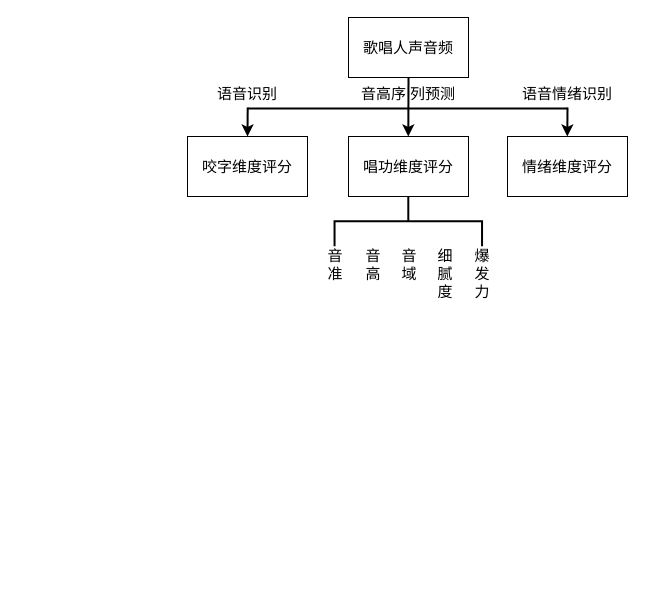
Nian-Chen/drawio keeps this draw.io diagram as 一种无参考的歌唱评价方法.drawio. Above is the earlier version. Source tidied: cells renumbered, new cells numbered last; positions are measured from the earlier drawing's top-left corner, leaving out a move shared by most shapes. Both pictures are drawn from the tidied source at 100%, with x=0, y=0 at pixel (172, 17).
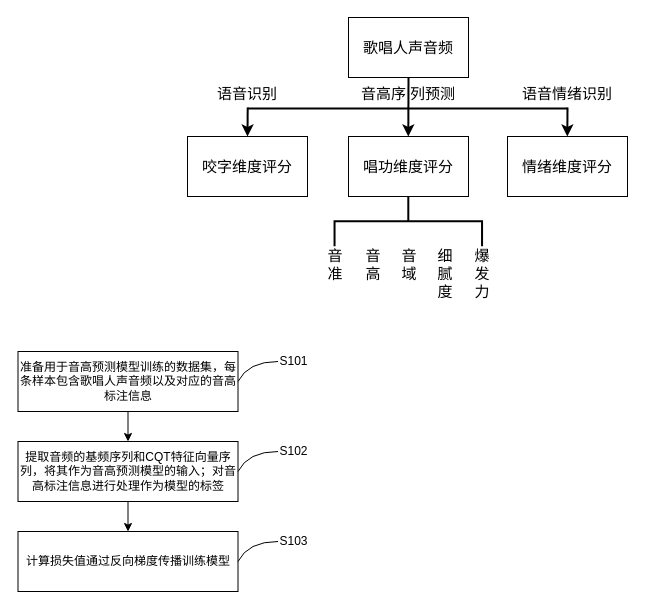
The same diagram, later.

Commit message:
更新一种无参考的歌唱评价方法.drawio

Change to the diagram source:
```diff
@@
+    <mxCell id="19" style="edgeStyle=orthogonalEdgeStyle;rounded=0;jettySize=auto;html=1;exitX=0.5;exitY=1;exitDx=0;exitDy=0;entryX=0.5;entryY=0;entryDx=0;entryDy=0;" parent="1" edge="1" source="20" target="22">
+      <mxGeometry relative="1" as="geometry" />
+    </mxCell>
+    <mxCell id="20" value="准备用于音高预测模型训练的数据集，每条样本包含歌唱人声音频以及对应的音高标注信息" style="rounded=0;whiteSpace=wrap;html=1;" parent="1" vertex="1">
+      <mxGeometry x="-154.5" y="334" width="220" height="60" as="geometry" />
+    </mxCell>
+    <mxCell id="21" style="edgeStyle=orthogonalEdgeStyle;rounded=0;jettySize=auto;html=1;exitX=0.5;exitY=1;exitDx=0;exitDy=0;entryX=0.5;entryY=0;entryDx=0;entryDy=0;" parent="1" edge="1" source="22" target="23">
+      <mxGeometry relative="1" as="geometry" />
+    </mxCell>
+    <mxCell id="22" value="提取音频的基频序列和CQT特征向量序列，将其作为音高预测模型的输入；对音高标注信息进行处理作为模型的标签" style="rounded=0;whiteSpace=wrap;html=1;" parent="1" vertex="1">
+      <mxGeometry x="-154.5" y="424" width="220" height="60" as="geometry" />
+    </mxCell>
+    <mxCell id="23" value="计算损失值通过反向梯度传播训练模型" style="rounded=0;whiteSpace=wrap;html=1;" parent="1" vertex="1">
+      <mxGeometry x="-154.5" y="514" width="220" height="60" as="geometry" />
+    </mxCell>
+    <mxCell id="24" style="endArrow=none;html=1;curved=1;" parent="1" edge="1">
+      <mxGeometry relative="1" as="geometry">
+        <mxPoint x="65.5" y="364" as="sourcePoint" />
+        <mxPoint x="105.5" y="344" as="targetPoint" />
+        <Array as="points">
+          <mxPoint x="75.5" y="344" />
+        </Array>
+      </mxGeometry>
+    </mxCell>
+    <mxCell id="25" value="S101" style="text;html=1;align=center;verticalAlign=middle;strokeColor=none;fillColor=none;" parent="1" vertex="1">
+      <mxGeometry x="95.5" y="329" width="50" height="30" as="geometry" />
+    </mxCell>
+    <mxCell id="26" style="endArrow=none;html=1;curved=1;" parent="1" edge="1">
+      <mxGeometry relative="1" as="geometry">
+        <mxPoint x="65.5" y="454" as="sourcePoint" />
+        <mxPoint x="105.5" y="434" as="targetPoint" />
+        <Array as="points">
+          <mxPoint x="75.5" y="434" />
+        </Array>
+      </mxGeometry>
+    </mxCell>
+    <mxCell id="27" value="S102" style="text;html=1;align=center;verticalAlign=middle;strokeColor=none;fillColor=none;" parent="1" vertex="1">
+      <mxGeometry x="95.5" y="419" width="50" height="30" as="geometry" />
+    </mxCell>
+    <mxCell id="28" style="endArrow=none;html=1;curved=1;" parent="1" edge="1">
+      <mxGeometry relative="1" as="geometry">
+        <mxPoint x="65.5" y="544" as="sourcePoint" />
+        <mxPoint x="105.5" y="524" as="targetPoint" />
+        <Array as="points">
+          <mxPoint x="75.5" y="524" />
+        </Array>
+      </mxGeometry>
+    </mxCell>
+    <mxCell id="29" value="S103" style="text;html=1;align=center;verticalAlign=middle;strokeColor=none;fillColor=none;" parent="1" vertex="1">
+      <mxGeometry x="95.5" y="509" width="50" height="30" as="geometry" />
+    </mxCell>
```
